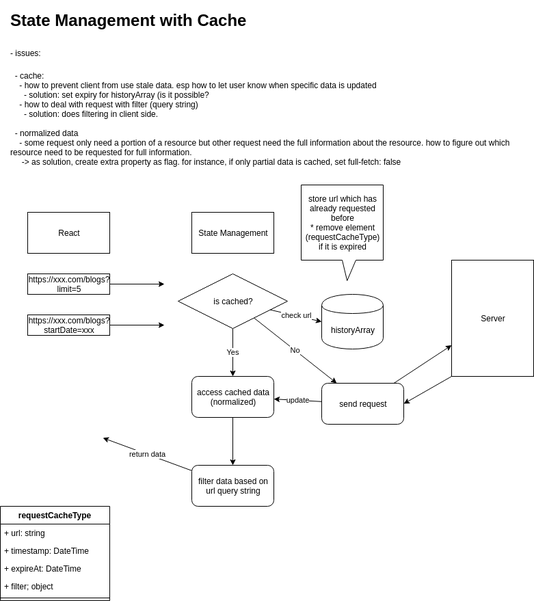
The draw.io diagram State_Management_With_Cache_Overview.PNG in stsiwo/react_redux_concept, before a commit. Source tidied: cells renumbered, new cells last; positions are measured from the earlier drawing's top-left corner, leaving out a move shared by most shapes.
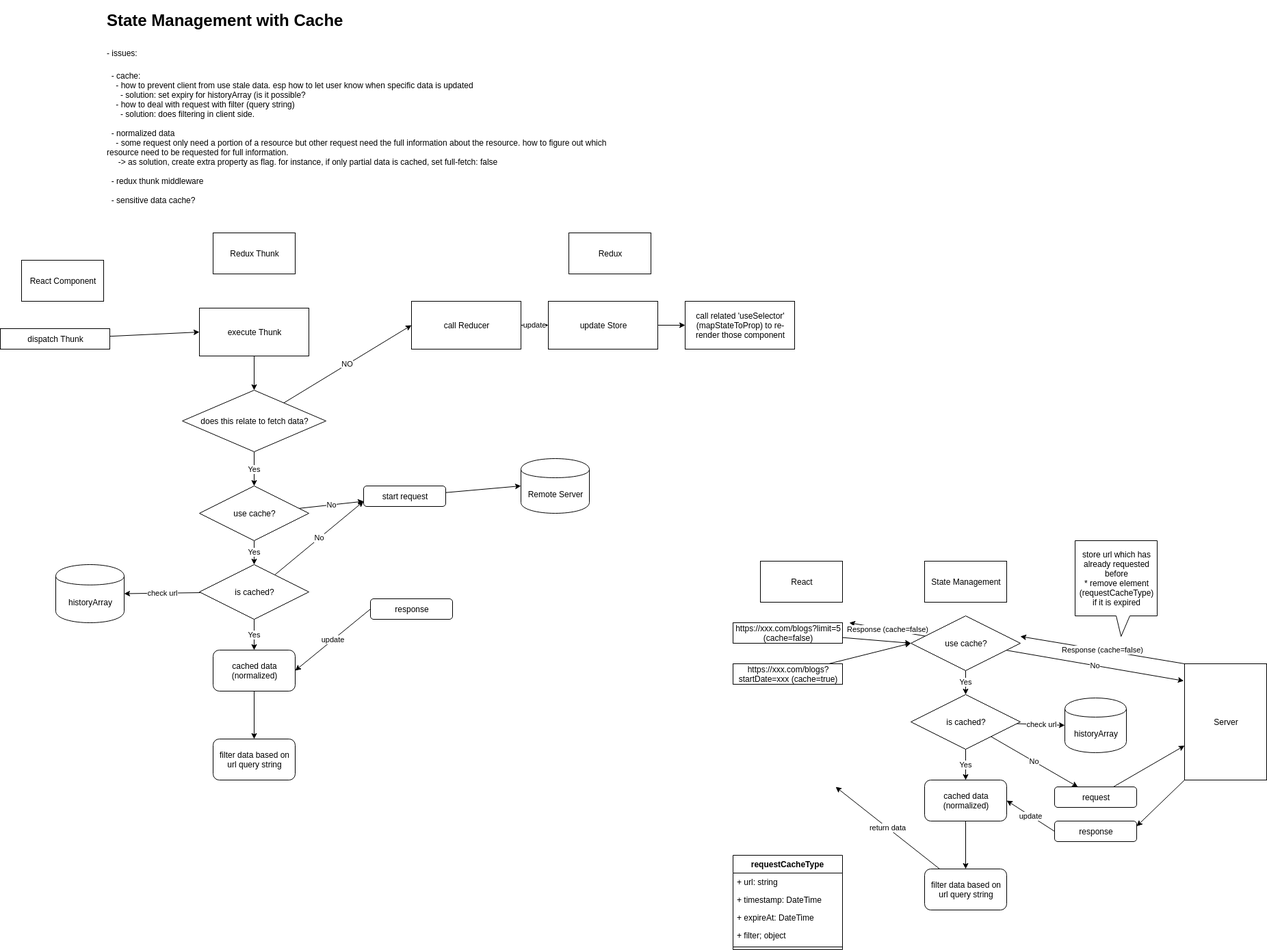
After the change.

What changed in the source:
```diff
@@ -2,37 +2,40 @@
   <root>
     <mxCell id="0" />
     <mxCell id="1" parent="0" />
-    <mxCell id="2" value="&lt;h1&gt;State Management with Cache&lt;/h1&gt;&lt;h1&gt;&lt;span style=&quot;font-size: 12px ; font-weight: 400&quot;&gt;- issues:&lt;/span&gt;&lt;/h1&gt;&lt;div&gt;&lt;span style=&quot;font-size: 12px ; font-weight: 400&quot;&gt;&amp;nbsp; - cache:&lt;/span&gt;&lt;/div&gt;&lt;div&gt;&lt;span style=&quot;font-size: 12px ; font-weight: 400&quot;&gt;&amp;nbsp; &amp;nbsp; - how to prevent client from use stale data. esp how to let user know when specific data is updated&amp;nbsp;&lt;/span&gt;&lt;/div&gt;&lt;div&gt;&lt;span style=&quot;font-size: 12px ; font-weight: 400&quot;&gt;&amp;nbsp; &amp;nbsp; &amp;nbsp; - solution: set expiry for historyArray (is it possible?&lt;/span&gt;&lt;/div&gt;&lt;div&gt;&lt;span style=&quot;font-size: 12px ; font-weight: 400&quot;&gt;&amp;nbsp; &amp;nbsp; - how to deal with request with filter (query string)&lt;/span&gt;&lt;/div&gt;&lt;div&gt;&lt;span style=&quot;font-size: 12px ; font-weight: 400&quot;&gt;&amp;nbsp; &amp;nbsp; &amp;nbsp; - solution: does filtering in client side.&amp;nbsp;&lt;/span&gt;&lt;/div&gt;&lt;div&gt;&lt;span style=&quot;font-size: 12px ; font-weight: 400&quot;&gt;&lt;br&gt;&lt;/span&gt;&lt;/div&gt;&lt;div&gt;&lt;span style=&quot;font-size: 12px ; font-weight: 400&quot;&gt;&amp;nbsp; - normalized data&lt;/span&gt;&lt;/div&gt;&lt;div&gt;&lt;span style=&quot;font-size: 12px ; font-weight: 400&quot;&gt;&amp;nbsp; &amp;nbsp; - some request only need a portion of a resource but other request need the full information about the resource. how to figure out which resource need to be requested for full information.&lt;/span&gt;&lt;/div&gt;&lt;div&gt;&lt;span style=&quot;font-size: 12px ; font-weight: 400&quot;&gt;&amp;nbsp; &amp;nbsp; &amp;nbsp;-&amp;gt; as solution, create extra property as flag. for instance, if only partial data is cached, set full-fetch: false&lt;/span&gt;&lt;/div&gt;" style="text;html=1;strokeColor=none;fillColor=none;spacing=5;spacingTop=-20;whiteSpace=wrap;overflow=hidden;rounded=0;" parent="1" vertex="1">
+    <mxCell id="2" value="&lt;h1&gt;State Management with Cache&lt;/h1&gt;&lt;h1&gt;&lt;span style=&quot;font-size: 12px ; font-weight: 400&quot;&gt;- issues:&lt;/span&gt;&lt;/h1&gt;&lt;div&gt;&lt;span style=&quot;font-size: 12px ; font-weight: 400&quot;&gt;&amp;nbsp; - cache:&lt;/span&gt;&lt;/div&gt;&lt;div&gt;&lt;span style=&quot;font-size: 12px ; font-weight: 400&quot;&gt;&amp;nbsp; &amp;nbsp; - how to prevent client from use stale data. esp how to let user know when specific data is updated&amp;nbsp;&lt;/span&gt;&lt;/div&gt;&lt;div&gt;&lt;span style=&quot;font-size: 12px ; font-weight: 400&quot;&gt;&amp;nbsp; &amp;nbsp; &amp;nbsp; - solution: set expiry for historyArray (is it possible?&lt;/span&gt;&lt;/div&gt;&lt;div&gt;&lt;span style=&quot;font-size: 12px ; font-weight: 400&quot;&gt;&amp;nbsp; &amp;nbsp; - how to deal with request with filter (query string)&lt;/span&gt;&lt;/div&gt;&lt;div&gt;&lt;span style=&quot;font-size: 12px ; font-weight: 400&quot;&gt;&amp;nbsp; &amp;nbsp; &amp;nbsp; - solution: does filtering in client side.&amp;nbsp;&lt;/span&gt;&lt;/div&gt;&lt;div&gt;&lt;span style=&quot;font-size: 12px ; font-weight: 400&quot;&gt;&lt;br&gt;&lt;/span&gt;&lt;/div&gt;&lt;div&gt;&lt;span style=&quot;font-size: 12px ; font-weight: 400&quot;&gt;&amp;nbsp; - normalized data&lt;/span&gt;&lt;/div&gt;&lt;div&gt;&lt;span style=&quot;font-size: 12px ; font-weight: 400&quot;&gt;&amp;nbsp; &amp;nbsp; - some request only need a portion of a resource but other request need the full information about the resource. how to figure out which resource need to be requested for full information.&lt;/span&gt;&lt;/div&gt;&lt;div&gt;&lt;span style=&quot;font-size: 12px ; font-weight: 400&quot;&gt;&amp;nbsp; &amp;nbsp; &amp;nbsp;-&amp;gt; as solution, create extra property as flag. for instance, if only partial data is cached, set full-fetch: false&lt;/span&gt;&lt;/div&gt;&lt;div&gt;&lt;span style=&quot;font-size: 12px ; font-weight: 400&quot;&gt;&lt;br&gt;&lt;/span&gt;&lt;/div&gt;&lt;div&gt;&amp;nbsp; - redux thunk middleware&amp;nbsp;&lt;/div&gt;&lt;div&gt;&lt;br&gt;&lt;/div&gt;&lt;div&gt;&amp;nbsp; - sensitive data cache?&lt;/div&gt;&lt;div&gt;&amp;nbsp; &amp;nbsp; - it is possible to store sensitive data in cache in memory temporary (but never persistent)&lt;/div&gt;&lt;div&gt;&amp;nbsp; &amp;nbsp; - ideally don't send sensitive data to client side&amp;nbsp;&lt;/div&gt;" style="text;html=1;strokeColor=none;fillColor=none;spacing=5;spacingTop=-20;whiteSpace=wrap;overflow=hidden;rounded=0;" parent="1" vertex="1">
       <mxGeometry x="10" width="740" height="290" as="geometry" />
     </mxCell>
     <mxCell id="3" value="React" style="rounded=0;whiteSpace=wrap;html=1;" parent="1" vertex="1">
-      <mxGeometry x="40" y="300" width="120" height="60" as="geometry" />
+      <mxGeometry x="970" y="810" width="120" height="60" as="geometry" />
     </mxCell>
     <mxCell id="4" value="State Management" style="rounded=0;whiteSpace=wrap;html=1;" parent="1" vertex="1">
-      <mxGeometry x="280" y="300" width="120" height="60" as="geometry" />
+      <mxGeometry x="1210" y="810" width="120" height="60" as="geometry" />
     </mxCell>
-    <mxCell id="5" style="edgeStyle=none;rounded=0;jettySize=auto;html=1;entryX=1;entryY=0.5;entryDx=0;entryDy=0;exitX=0;exitY=1;exitDx=0;exitDy=0;" parent="1" edge="1" source="6" target="25">
+    <mxCell id="5" style="edgeStyle=none;rounded=0;jettySize=auto;html=1;entryX=1;entryY=0.25;entryDx=0;entryDy=0;exitX=0;exitY=1;exitDx=0;exitDy=0;" parent="1" edge="1" source="6" target="31">
       <mxGeometry relative="1" as="geometry" />
     </mxCell>
+    <mxCell id="30" value="Response (cache=false)" style="edgeStyle=none;rounded=0;jettySize=auto;html=1;exitX=0;exitY=0;exitDx=0;exitDy=0;" parent="1" edge="1" source="6">
+      <mxGeometry relative="1" as="geometry">
+        <mxPoint x="1350" y="920" as="targetPoint" />
+      </mxGeometry>
+    </mxCell>
     <mxCell id="6" value="Server" style="rounded=0;whiteSpace=wrap;html=1;" parent="1" vertex="1">
-      <mxGeometry x="660" y="370" width="120" height="170" as="geometry" />
+      <mxGeometry x="1590" y="960" width="120" height="170" as="geometry" />
     </mxCell>
-    <mxCell id="7" style="rounded=0;jettySize=auto;html=1;" parent="1" edge="1" source="8">
-      <mxGeometry relative="1" as="geometry">
-        <mxPoint x="240" y="405" as="targetPoint" />
-      </mxGeometry>
+    <mxCell id="7" style="rounded=0;jettySize=auto;html=1;entryX=0;entryY=0.5;entryDx=0;entryDy=0;" parent="1" edge="1" source="8" target="35">
+      <mxGeometry relative="1" as="geometry" />
     </mxCell>
-    <mxCell id="8" value="https://xxx.com/blogs?limit=5" style="rounded=0;whiteSpace=wrap;html=1;" parent="1" vertex="1">
-      <mxGeometry x="40" y="390" width="120" height="30" as="geometry" />
+    <mxCell id="8" value="https://xxx.com/blogs?limit=5 (cache=false)" style="rounded=0;whiteSpace=wrap;html=1;" parent="1" vertex="1">
+      <mxGeometry x="930" y="900" width="160" height="30" as="geometry" />
     </mxCell>
     <mxCell id="9" value="historyArray" style="shape=cylinder;whiteSpace=wrap;html=1;boundedLbl=1;backgroundOutline=1;" parent="1" vertex="1">
-      <mxGeometry x="470" y="420" width="90" height="80" as="geometry" />
+      <mxGeometry x="1415" y="1010" width="90" height="80" as="geometry" />
     </mxCell>
     <mxCell id="10" value="store url which has already requested before&lt;br&gt;* remove element (requestCacheType) if it is expired" style="shape=callout;whiteSpace=wrap;html=1;perimeter=calloutPerimeter;direction=east;position2=0.56;" parent="1" vertex="1">
-      <mxGeometry x="440" y="260" width="120" height="140" as="geometry" />
+      <mxGeometry x="1430" y="780" width="120" height="140" as="geometry" />
     </mxCell>
     <mxCell id="11" value="requestCacheType" style="swimlane;fontStyle=1;align=center;verticalAlign=top;horizontal=1;startSize=26;" parent="1" vertex="1">
-      <mxGeometry y="730" width="160" height="138" as="geometry" />
+      <mxGeometry x="930" y="1240" width="160" height="138" as="geometry" />
     </mxCell>
     <mxCell id="12" value="+ url: string" style="text;strokeColor=none;fillColor=none;align=left;verticalAlign=top;spacingLeft=4;spacingRight=4;overflow=hidden;" parent="11" vertex="1">
       <mxGeometry y="26" width="160" height="26" as="geometry" />
@@ -49,13 +52,11 @@
     <mxCell id="16" style="line;strokeWidth=1;fillColor=none;align=left;verticalAlign=middle;spacingTop=-1;spacingLeft=3;spacingRight=3;labelPosition=right;" parent="11" vertex="1">
       <mxGeometry y="130" width="160" height="8" as="geometry" />
     </mxCell>
-    <mxCell id="17" style="edgeStyle=none;rounded=0;jettySize=auto;html=1;" parent="1" edge="1" source="18">
-      <mxGeometry relative="1" as="geometry">
-        <mxPoint x="240" y="465" as="targetPoint" />
-      </mxGeometry>
+    <mxCell id="17" style="edgeStyle=none;rounded=0;jettySize=auto;html=1;entryX=0;entryY=0.5;entryDx=0;entryDy=0;" parent="1" edge="1" source="18" target="35">
+      <mxGeometry relative="1" as="geometry" />
     </mxCell>
-    <mxCell id="18" value="https://xxx.com/blogs?startDate=xxx" style="rounded=0;whiteSpace=wrap;html=1;" parent="1" vertex="1">
-      <mxGeometry x="40" y="450" width="120" height="30" as="geometry" />
+    <mxCell id="18" value="https://xxx.com/blogs?startDate=xxx (cache=true)" style="rounded=0;whiteSpace=wrap;html=1;" parent="1" vertex="1">
+      <mxGeometry x="930" y="960" width="160" height="30" as="geometry" />
     </mxCell>
     <mxCell id="19" value="check url" style="edgeStyle=none;rounded=0;jettySize=auto;html=1;entryX=0;entryY=0.5;entryDx=0;entryDy=0;" parent="1" edge="1" source="22" target="9">
       <mxGeometry relative="1" as="geometry" />
@@ -67,30 +68,143 @@
       <mxGeometry relative="1" as="geometry" />
     </mxCell>
     <mxCell id="22" value="is cached?" style="rhombus;whiteSpace=wrap;html=1;" parent="1" vertex="1">
-      <mxGeometry x="260" y="390" width="160" height="80" as="geometry" />
+      <mxGeometry x="1190" y="1005" width="160" height="80" as="geometry" />
     </mxCell>
     <mxCell id="23" style="edgeStyle=none;rounded=0;jettySize=auto;html=1;" parent="1" edge="1" source="25" target="6">
       <mxGeometry relative="1" as="geometry" />
     </mxCell>
-    <mxCell id="24" value="update" style="edgeStyle=none;rounded=0;jettySize=auto;html=1;" parent="1" edge="1" source="25" target="27">
+    <mxCell id="24" value="update" style="edgeStyle=none;rounded=0;jettySize=auto;html=1;exitX=0;exitY=0.5;exitDx=0;exitDy=0;entryX=1;entryY=0.5;entryDx=0;entryDy=0;" parent="1" edge="1" source="31" target="27">
       <mxGeometry relative="1" as="geometry" />
     </mxCell>
-    <mxCell id="25" value="send request" style="rounded=1;whiteSpace=wrap;html=1;" parent="1" vertex="1">
-      <mxGeometry x="470" y="550" width="120" height="60" as="geometry" />
+    <mxCell id="25" value="request" style="rounded=1;whiteSpace=wrap;html=1;" parent="1" vertex="1">
+      <mxGeometry x="1400" y="1140" width="120" height="30" as="geometry" />
     </mxCell>
     <mxCell id="26" style="edgeStyle=none;rounded=0;jettySize=auto;html=1;" parent="1" edge="1" source="27" target="29">
       <mxGeometry relative="1" as="geometry" />
     </mxCell>
-    <mxCell id="27" value="access cached data&lt;br&gt;(normalized)" style="rounded=1;whiteSpace=wrap;html=1;" parent="1" vertex="1">
-      <mxGeometry x="280" y="540" width="120" height="60" as="geometry" />
+    <mxCell id="27" value="cached data&lt;br&gt;(normalized)" style="rounded=1;whiteSpace=wrap;html=1;" parent="1" vertex="1">
+      <mxGeometry x="1210" y="1130" width="120" height="60" as="geometry" />
     </mxCell>
     <mxCell id="28" value="return data" style="edgeStyle=none;rounded=0;jettySize=auto;html=1;" parent="1" edge="1" source="29">
       <mxGeometry relative="1" as="geometry">
-        <mxPoint x="150" y="630" as="targetPoint" />
+        <mxPoint x="1080" y="1140" as="targetPoint" />
       </mxGeometry>
     </mxCell>
     <mxCell id="29" value="filter data based on url query string" style="rounded=1;whiteSpace=wrap;html=1;" parent="1" vertex="1">
-      <mxGeometry x="280" y="670" width="120" height="60" as="geometry" />
+      <mxGeometry x="1210" y="1260" width="120" height="60" as="geometry" />
     </mxCell>
+    <mxCell id="31" value="response" style="rounded=1;whiteSpace=wrap;html=1;" parent="1" vertex="1">
+      <mxGeometry x="1400" y="1190" width="120" height="30" as="geometry" />
+    </mxCell>
+    <mxCell id="32" value="Yes" style="edgeStyle=none;rounded=0;jettySize=auto;html=1;" parent="1" edge="1" source="35" target="22">
+      <mxGeometry relative="1" as="geometry" />
+    </mxCell>
+    <mxCell id="33" value="No" style="edgeStyle=none;rounded=0;jettySize=auto;html=1;entryX=-0.01;entryY=0.147;entryDx=0;entryDy=0;entryPerimeter=0;" parent="1" edge="1" source="35" target="6">
+      <mxGeometry relative="1" as="geometry" />
+    </mxCell>
+    <mxCell id="34" value="Response (cache=false)" style="edgeStyle=none;rounded=0;jettySize=auto;html=1;" parent="1" edge="1" source="35">
+      <mxGeometry relative="1" as="geometry">
+        <mxPoint x="1100" y="900" as="targetPoint" />
+      </mxGeometry>
+    </mxCell>
+    <mxCell id="35" value="use cache?" style="rhombus;whiteSpace=wrap;html=1;" parent="1" vertex="1">
+      <mxGeometry x="1190" y="890" width="160" height="80" as="geometry" />
+    </mxCell>
+    <mxCell id="36" value="&amp;nbsp;" style="text;html=1;align=center;verticalAlign=middle;" parent="1" vertex="1">
+      <mxGeometry x="1095" y="1022" width="20" height="20" as="geometry" />
+    </mxCell>
+    <mxCell id="37" value="React Component" style="rounded=0;whiteSpace=wrap;html=1;" parent="1" vertex="1">
+      <mxGeometry x="-110" y="370" width="120" height="60" as="geometry" />
+    </mxCell>
+    <mxCell id="38" style="edgeStyle=none;rounded=0;jettySize=auto;html=1;entryX=0;entryY=0.5;entryDx=0;entryDy=0;" parent="1" edge="1" source="39" target="42">
+      <mxGeometry relative="1" as="geometry" />
+    </mxCell>
+    <mxCell id="39" value="dispatch Thunk" style="rounded=0;whiteSpace=wrap;html=1;" parent="1" vertex="1">
+      <mxGeometry x="-141" y="470" width="160" height="30" as="geometry" />
+    </mxCell>
+    <mxCell id="40" value="Redux Thunk" style="rounded=0;whiteSpace=wrap;html=1;" parent="1" vertex="1">
+      <mxGeometry x="170" y="330" width="120" height="60" as="geometry" />
+    </mxCell>
+    <mxCell id="41" style="edgeStyle=none;rounded=0;jettySize=auto;html=1;" parent="1" edge="1" source="42" target="45">
+      <mxGeometry relative="1" as="geometry" />
+    </mxCell>
+    <mxCell id="42" value="execute Thunk" style="rounded=0;whiteSpace=wrap;html=1;" parent="1" vertex="1">
+      <mxGeometry x="150" y="440" width="160" height="70" as="geometry" />
+    </mxCell>
+    <mxCell id="43" value="NO" style="edgeStyle=none;rounded=0;jettySize=auto;html=1;entryX=0;entryY=0.5;entryDx=0;entryDy=0;" parent="1" edge="1" source="45" target="48">
+      <mxGeometry relative="1" as="geometry" />
+    </mxCell>
+    <mxCell id="44" value="Yes" style="edgeStyle=none;rounded=0;jettySize=auto;html=1;" parent="1" edge="1" source="45" target="64">
+      <mxGeometry relative="1" as="geometry" />
+    </mxCell>
+    <mxCell id="45" value="does this relate to fetch data?" style="rhombus;whiteSpace=wrap;html=1;" parent="1" vertex="1">
+      <mxGeometry x="125" y="560" width="210" height="90" as="geometry" />
+    </mxCell>
+    <mxCell id="46" value="Redux" style="rounded=0;whiteSpace=wrap;html=1;" parent="1" vertex="1">
+      <mxGeometry x="690" y="330" width="120" height="60" as="geometry" />
+    </mxCell>
+    <mxCell id="47" value="update" style="edgeStyle=none;rounded=0;jettySize=auto;html=1;entryX=0;entryY=0.5;entryDx=0;entryDy=0;" parent="1" edge="1" source="48" target="50">
+      <mxGeometry relative="1" as="geometry" />
+    </mxCell>
+    <mxCell id="48" value="call Reducer" style="rounded=0;whiteSpace=wrap;html=1;" parent="1" vertex="1">
+      <mxGeometry x="460" y="430" width="160" height="70" as="geometry" />
+    </mxCell>
+    <mxCell id="49" style="edgeStyle=none;rounded=0;jettySize=auto;html=1;" parent="1" edge="1" source="50" target="51">
+      <mxGeometry relative="1" as="geometry" />
+    </mxCell>
+    <mxCell id="50" value="update Store" style="rounded=0;whiteSpace=wrap;html=1;" parent="1" vertex="1">
+      <mxGeometry x="660" y="430" width="160" height="70" as="geometry" />
+    </mxCell>
+    <mxCell id="51" value="call related 'useSelector' (mapStateToProp) to re-render those component" style="rounded=0;whiteSpace=wrap;html=1;" parent="1" vertex="1">
+      <mxGeometry x="860" y="430" width="160" height="70" as="geometry" />
+    </mxCell>
+    <mxCell id="52" value="historyArray" style="shape=cylinder;whiteSpace=wrap;html=1;boundedLbl=1;backgroundOutline=1;" parent="1" vertex="1">
+      <mxGeometry x="-60" y="815" width="100" height="85" as="geometry" />
+    </mxCell>
+    <mxCell id="53" value="check url" style="edgeStyle=none;rounded=0;jettySize=auto;html=1;entryX=1;entryY=0.5;entryDx=0;entryDy=0;" parent="1" edge="1" source="56" target="52">
+      <mxGeometry relative="1" as="geometry" />
+    </mxCell>
+    <mxCell id="54" value="No" style="edgeStyle=none;rounded=0;jettySize=auto;html=1;entryX=0;entryY=0.75;entryDx=0;entryDy=0;" parent="1" edge="1" source="56" target="67">
+      <mxGeometry relative="1" as="geometry" />
+    </mxCell>
+    <mxCell id="55" value="Yes" style="edgeStyle=none;rounded=0;jettySize=auto;html=1;" parent="1" edge="1" source="56" target="59">
+      <mxGeometry relative="1" as="geometry" />
+    </mxCell>
+    <mxCell id="56" value="is cached?" style="rhombus;whiteSpace=wrap;html=1;" parent="1" vertex="1">
+      <mxGeometry x="150" y="815" width="160" height="80" as="geometry" />
+    </mxCell>
+    <mxCell id="57" value="update" style="edgeStyle=none;rounded=0;jettySize=auto;html=1;exitX=0;exitY=0.5;exitDx=0;exitDy=0;entryX=1;entryY=0.5;entryDx=0;entryDy=0;" parent="1" edge="1" source="61" target="59">
+      <mxGeometry relative="1" as="geometry" />
+    </mxCell>
+    <mxCell id="58" style="edgeStyle=none;rounded=0;jettySize=auto;html=1;" parent="1" edge="1" source="59" target="60">
+      <mxGeometry relative="1" as="geometry" />
+    </mxCell>
+    <mxCell id="59" value="cached data&lt;br&gt;(normalized)" style="rounded=1;whiteSpace=wrap;html=1;" parent="1" vertex="1">
+      <mxGeometry x="170" y="940" width="120" height="60" as="geometry" />
+    </mxCell>
+    <mxCell id="60" value="filter data based on url query string" style="rounded=1;whiteSpace=wrap;html=1;" parent="1" vertex="1">
+      <mxGeometry x="170" y="1070" width="120" height="60" as="geometry" />
+    </mxCell>
+    <mxCell id="61" value="response" style="rounded=1;whiteSpace=wrap;html=1;" parent="1" vertex="1">
+      <mxGeometry x="400" y="865" width="120" height="30" as="geometry" />
+    </mxCell>
+    <mxCell id="62" value="Yes" style="edgeStyle=none;rounded=0;jettySize=auto;html=1;" parent="1" edge="1" source="64" target="56">
+      <mxGeometry relative="1" as="geometry" />
+    </mxCell>
+    <mxCell id="63" value="No" style="edgeStyle=none;rounded=0;jettySize=auto;html=1;entryX=0;entryY=0.75;entryDx=0;entryDy=0;" parent="1" edge="1" source="64" target="67">
+      <mxGeometry relative="1" as="geometry" />
+    </mxCell>
+    <mxCell id="64" value="use cache?" style="rhombus;whiteSpace=wrap;html=1;" parent="1" vertex="1">
+      <mxGeometry x="150" y="700" width="160" height="80" as="geometry" />
+    </mxCell>
+    <mxCell id="65" value="Remote Server" style="shape=cylinder;whiteSpace=wrap;html=1;boundedLbl=1;backgroundOutline=1;" parent="1" vertex="1">
+      <mxGeometry x="620" y="660" width="100" height="80" as="geometry" />
+    </mxCell>
+    <mxCell id="66" style="edgeStyle=none;rounded=0;jettySize=auto;html=1;entryX=0;entryY=0.5;entryDx=0;entryDy=0;" parent="1" edge="1" source="67" target="65">
+      <mxGeometry relative="1" as="geometry" />
+    </mxCell>
+    <mxCell id="67" value="start request" style="rounded=1;whiteSpace=wrap;html=1;" parent="1" vertex="1">
+      <mxGeometry x="390" y="700" width="120" height="30" as="geometry" />
+    </mxCell>
   </root>
 </mxGraphModel>
```
